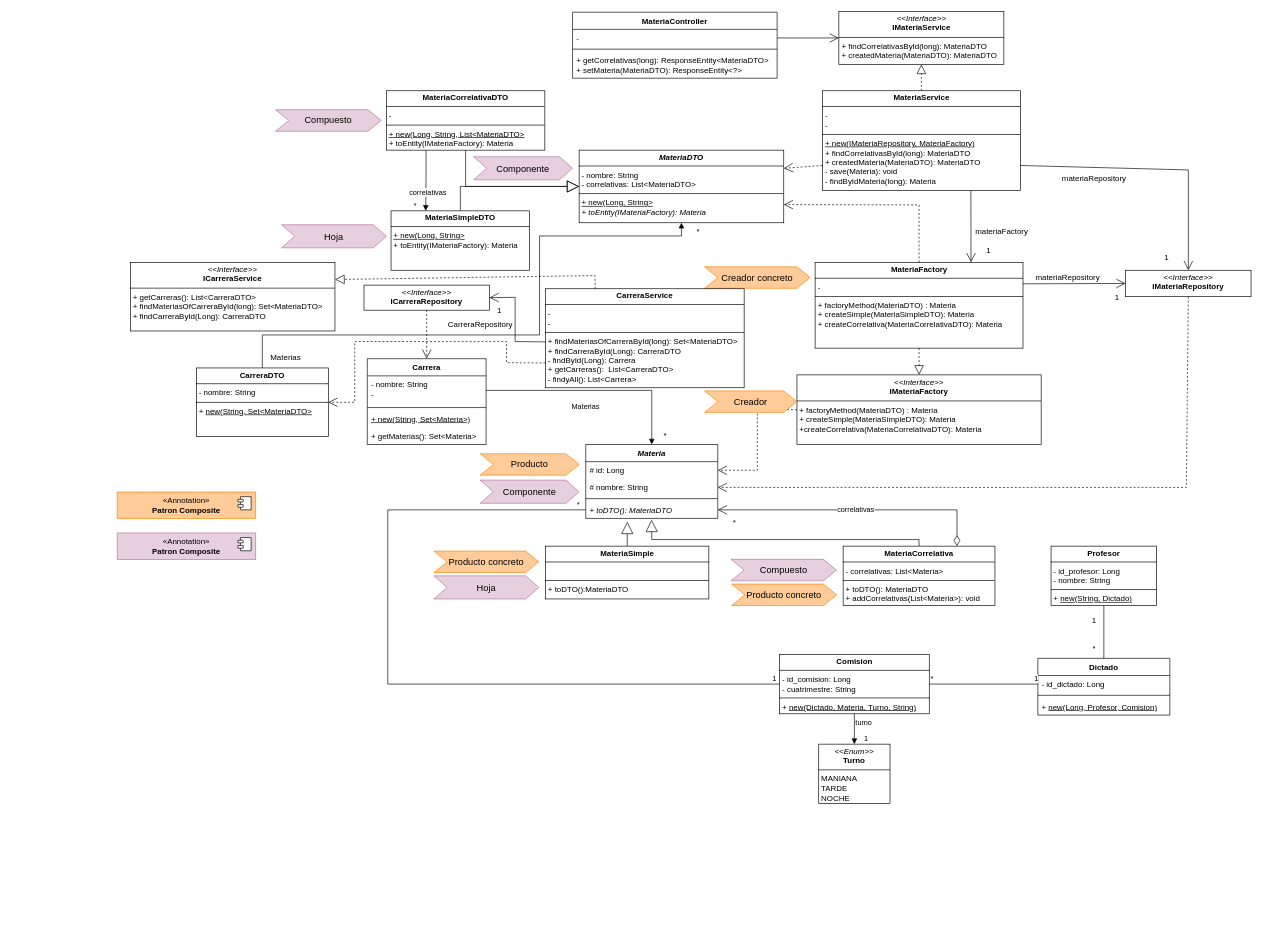
Before: Diagramas/Tempus-MER.drawio in tomasmendoza-unq/Tempus, a draw.io diagram. Source tidied: cells renumbered, new cells numbered last; positions are measured from the earlier drawing's top-left corner, leaving out a move shared by most shapes. Both pictures are drawn from the tidied source at 66%, with x=0, y=0 at pixel (117, 11).
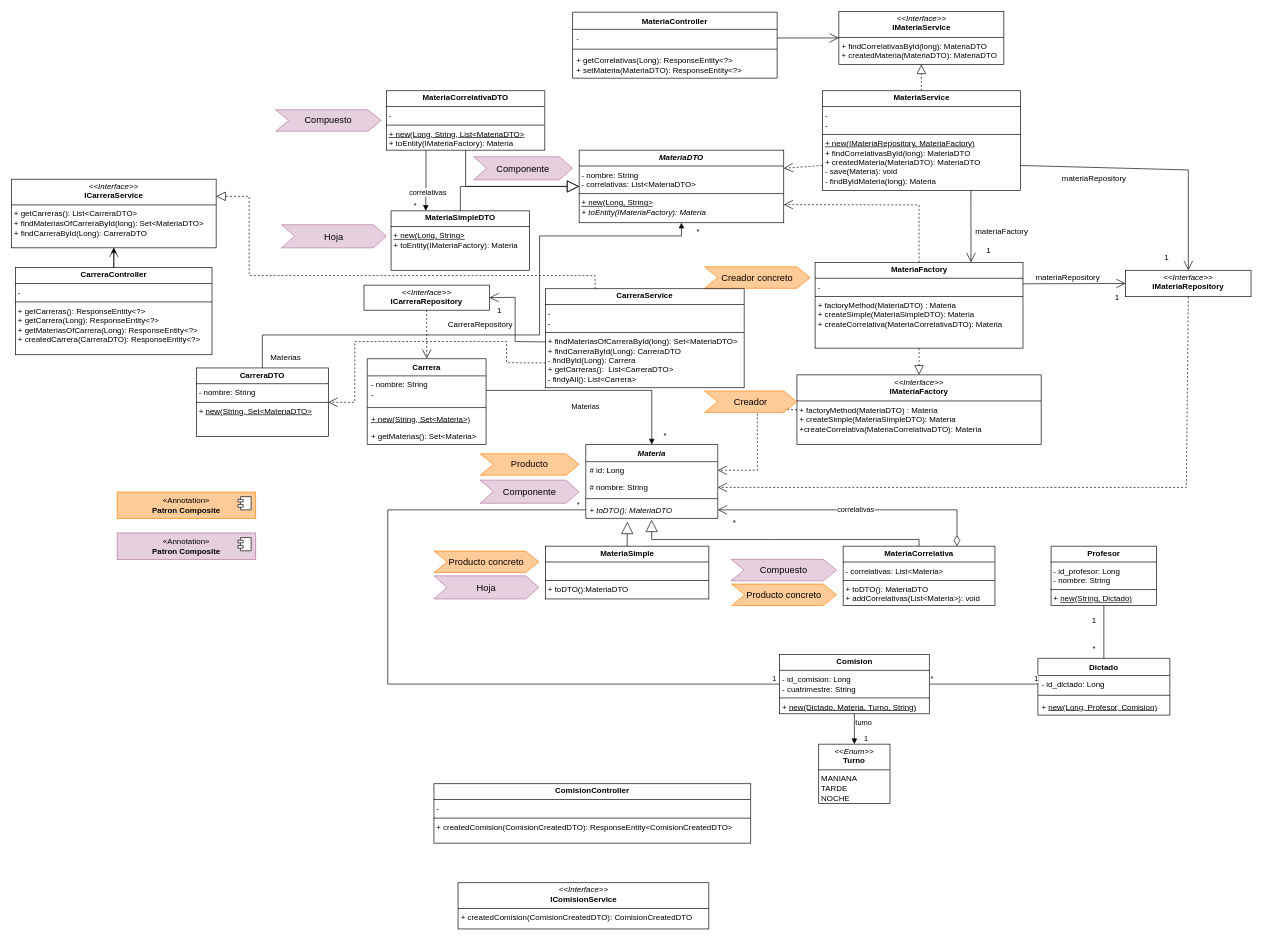
After the change.

Commit message:
Se agrega el controller de carrera.drawio

The change refers to these unchanged cells:
```xml
<mxCell id="51" value="MateriaController" style="swimlane;fontStyle=1;align=center;verticalAlign=top;horizontal=1;startSize=26;whiteSpace=wrap;html=1;" parent="1" vertex="1">
  <mxGeometry x="690" y="1" width="310" height="100" as="geometry" />
</mxCell>
<mxCell id="70" value="&lt;p style=&quot;margin:0px;margin-top:4px;text-align:center;&quot;&gt;&lt;b&gt;CarreraService&lt;/b&gt;&lt;/p&gt;&lt;hr size=&quot;1&quot; style=&quot;border-style:solid;&quot;&gt;&lt;p style=&quot;margin:0px;margin-left:4px;&quot;&gt;-&lt;/p&gt;&lt;p style=&quot;margin:0px;margin-left:4px;&quot;&gt;-&lt;/p&gt;&lt;hr size=&quot;1&quot; style=&quot;border-style:solid;&quot;&gt;&lt;p style=&quot;margin:0px;margin-left:4px;&quot;&gt;+ findMateriasOfCarreraById(long):&amp;nbsp;&lt;span style=&quot;background-color: transparent; color: light-dark(rgb(0, 0, 0), rgb(255, 255, 255));&quot;&gt;Set&amp;lt;MateriaDTO&amp;gt;&lt;/span&gt;&lt;/p&gt;&lt;p style=&quot;margin:0px;margin-left:4px;&quot;&gt;+ findCarreraById(Long):&amp;nbsp;CarreraDTO&lt;/p&gt;&lt;p style=&quot;margin:0px;margin-left:4px;&quot;&gt;- findById(Long):&amp;nbsp;&lt;span style=&quot;background-color: transparent; color: light-dark(rgb(0, 0, 0), rgb(255, 255, 255));&quot;&gt;Carrera&lt;/span&gt;&lt;span style=&quot;background-color: transparent; color: light-dark(rgb(0, 0, 0), rgb(255, 255, 255));&quot;&gt;&amp;nbsp;&lt;/span&gt;&lt;/p&gt;&lt;p style=&quot;margin:0px;margin-left:4px;&quot;&gt;+ getCarreras():&amp;nbsp;&lt;span style=&quot;background-color: transparent; color: light-dark(rgb(0, 0, 0), rgb(255, 255, 255));&quot;&gt;&amp;nbsp;List&amp;lt;CarreraDTO&amp;gt;&lt;/span&gt;&lt;/p&gt;&lt;p style=&quot;margin:0px;margin-left:4px;&quot;&gt;&lt;span style=&quot;background-color: transparent;&quot;&gt;- findyAll():&amp;nbsp;&lt;/span&gt;&lt;span style=&quot;background-color: transparent; color: light-dark(rgb(0, 0, 0), rgb(255, 255, 255));&quot;&gt;List&amp;lt;Carrera&amp;gt;&lt;/span&gt;&lt;/p&gt;&lt;p style=&quot;margin:0px;margin-left:4px;&quot;&gt;&lt;span style=&quot;background-color: transparent; color: light-dark(rgb(0, 0, 0), rgb(255, 255, 255));&quot;&gt;&lt;br&gt;&lt;/span&gt;&lt;/p&gt;" style="verticalAlign=top;align=left;overflow=fill;html=1;whiteSpace=wrap;" parent="1" vertex="1">
  <mxGeometry x="649" y="420" width="301" height="150" as="geometry" />
</mxCell>
```

Diff of the diagram source:
```diff
@@
-    <mxCell id="54" value="+ getCorrelativas(long): ResponseEntity&amp;lt;MateriaDTO&amp;gt;&lt;div&gt;+ setMateria(MateriaDTO):&amp;nbsp;&lt;span style=&quot;background-color: transparent; color: light-dark(rgb(0, 0, 0), rgb(255, 255, 255));&quot;&gt;ResponseEntity&amp;lt;?&amp;gt;&lt;/span&gt;&lt;/div&gt;" style="text;strokeColor=none;fillColor=none;align=left;verticalAlign=top;spacingLeft=4;spacingRight=4;overflow=hidden;whiteSpace=wrap;html=1;" parent="51" vertex="1">
+    <mxCell id="54" value="+ getCorrelativas(Long): ResponseEntity&amp;lt;?&amp;gt;&lt;div&gt;+ setMateria(MateriaDTO):&amp;nbsp;&lt;span style=&quot;background-color: transparent; color: light-dark(rgb(0, 0, 0), rgb(255, 255, 255));&quot;&gt;ResponseEntity&amp;lt;?&amp;gt;&lt;/span&gt;&lt;/div&gt;" style="text;strokeColor=none;fillColor=none;align=left;verticalAlign=top;spacingLeft=4;spacingRight=4;overflow=hidden;whiteSpace=wrap;html=1;" parent="51" vertex="1">
       <mxGeometry y="60" width="310" height="40" as="geometry" />
     </mxCell>
@@
     <mxCell id="72" value="&lt;p style=&quot;margin:0px;margin-top:4px;text-align:center;&quot;&gt;&lt;i&gt;&amp;lt;&amp;lt;Interface&amp;gt;&amp;gt;&lt;/i&gt;&lt;br&gt;&lt;b&gt;ICarreraService&lt;/b&gt;&lt;/p&gt;&lt;hr size=&quot;1&quot; style=&quot;border-style:solid;&quot;&gt;&lt;p style=&quot;margin:0px;margin-left:4px;&quot;&gt;+ getCarreras():&amp;nbsp;&lt;span style=&quot;color: light-dark(rgb(0, 0, 0), rgb(255, 255, 255)); background-color: transparent;&quot;&gt;List&amp;lt;CarreraDTO&amp;gt;&lt;/span&gt;&lt;/p&gt;&lt;p style=&quot;margin: 0px 0px 0px 4px;&quot;&gt;+ findMateriasOfCarreraById(long):&amp;nbsp;&lt;span style=&quot;background-color: transparent; color: light-dark(rgb(0, 0, 0), rgb(255, 255, 255));&quot;&gt;Set&amp;lt;MateriaDTO&amp;gt;&lt;/span&gt;&lt;/p&gt;&lt;p style=&quot;margin: 0px 0px 0px 4px;&quot;&gt;+ findCarreraById(Long):&amp;nbsp;CarreraDTO&lt;/p&gt;" style="verticalAlign=top;align=left;overflow=fill;html=1;whiteSpace=wrap;" parent="1" vertex="1">
-      <mxGeometry x="20" y="380" width="310" height="104" as="geometry" />
+      <mxGeometry x="-160" y="254" width="310" height="104" as="geometry" />
     </mxCell>
     <mxCell id="73" style="endArrow=block;dashed=1;endFill=0;endSize=12;html=1;rounded=0;exitX=0.25;exitY=0;exitDx=0;exitDy=0;entryX=1;entryY=0.25;entryDx=0;entryDy=0;" parent="1" edge="1" source="70" target="72">
       <mxGeometry relative="1" as="geometry">
         <Array as="points">
           <mxPoint x="724" y="400" />
+          <mxPoint x="200" y="400" />
+          <mxPoint x="200" y="280" />
         </Array>
       </mxGeometry>
     </mxCell>
@@
+    <mxCell id="98" value="&lt;p style=&quot;margin:0px;margin-top:4px;text-align:center;&quot;&gt;&lt;b&gt;ComisionController&lt;/b&gt;&lt;/p&gt;&lt;hr size=&quot;1&quot; style=&quot;border-style:solid;&quot;&gt;&lt;p style=&quot;margin:0px;margin-left:4px;&quot;&gt;-&amp;nbsp;&lt;/p&gt;&lt;hr size=&quot;1&quot; style=&quot;border-style:solid;&quot;&gt;&lt;p style=&quot;margin:0px;margin-left:4px;&quot;&gt;+ createdComision(ComisionCreatedDTO):&amp;nbsp;&lt;span style=&quot;background-color: transparent; color: light-dark(rgb(0, 0, 0), rgb(255, 255, 255));&quot;&gt;ResponseEntity&amp;lt;ComisionCreatedDTO&amp;gt;&lt;/span&gt;&lt;/p&gt;" style="verticalAlign=top;align=left;overflow=fill;html=1;whiteSpace=wrap;" parent="1" vertex="1">
+      <mxGeometry x="480" y="1170" width="480" height="90" as="geometry" />
+    </mxCell>
+    <mxCell id="99" value="&lt;p style=&quot;margin:0px;margin-top:4px;text-align:center;&quot;&gt;&lt;i&gt;&amp;lt;&amp;lt;Interface&amp;gt;&amp;gt;&lt;/i&gt;&lt;br&gt;&lt;b&gt;IComisionService&lt;/b&gt;&lt;/p&gt;&lt;hr size=&quot;1&quot; style=&quot;border-style:solid;&quot;&gt;&lt;p style=&quot;margin:0px;margin-left:4px;&quot;&gt;+ createdComision(ComisionCreatedDTO):&amp;nbsp;&lt;span style=&quot;background-color: transparent; color: light-dark(rgb(0, 0, 0), rgb(255, 255, 255));&quot;&gt;ComisionCreatedDTO&lt;/span&gt;&lt;span style=&quot;background-color: transparent; color: light-dark(rgb(0, 0, 0), rgb(255, 255, 255));&quot;&gt;&amp;nbsp;&lt;/span&gt;&lt;br&gt;&lt;/p&gt;" style="verticalAlign=top;align=left;overflow=fill;html=1;whiteSpace=wrap;" parent="1" vertex="1">
+      <mxGeometry x="516.5" y="1320" width="380" height="70" as="geometry" />
+    </mxCell>
+    <mxCell id="100" style="edgeStyle=orthogonalEdgeStyle;rounded=0;jettySize=auto;html=1;" parent="1" edge="1" source="101" target="72">
+      <mxGeometry relative="1" as="geometry" />
+    </mxCell>
+    <mxCell id="101" value="&lt;p style=&quot;margin:0px;margin-top:4px;text-align:center;&quot;&gt;&lt;b&gt;CarreraController&lt;/b&gt;&lt;/p&gt;&lt;hr size=&quot;1&quot; style=&quot;border-style:solid;&quot;&gt;&lt;p style=&quot;margin:0px;margin-left:4px;&quot;&gt;-&amp;nbsp;&lt;/p&gt;&lt;hr size=&quot;1&quot; style=&quot;border-style:solid;&quot;&gt;&lt;p style=&quot;margin:0px;margin-left:4px;&quot;&gt;+ getCarreras():&amp;nbsp;&lt;span style=&quot;background-color: transparent; color: light-dark(rgb(0, 0, 0), rgb(255, 255, 255));&quot;&gt;ResponseEntity&amp;lt;?&amp;gt;&lt;/span&gt;&lt;/p&gt;&lt;p style=&quot;margin:0px;margin-left:4px;&quot;&gt;&lt;span style=&quot;background-color: transparent;&quot;&gt;+ getCarrera(Long):&amp;nbsp;&lt;/span&gt;&lt;span style=&quot;background-color: transparent; color: light-dark(rgb(0, 0, 0), rgb(255, 255, 255));&quot;&gt;ResponseEntity&amp;lt;?&amp;gt;&lt;/span&gt;&lt;/p&gt;&lt;p style=&quot;margin:0px;margin-left:4px;&quot;&gt;&lt;span style=&quot;background-color: transparent; color: light-dark(rgb(0, 0, 0), rgb(255, 255, 255));&quot;&gt;+&amp;nbsp;&lt;/span&gt;&lt;span style=&quot;background-color: transparent; color: light-dark(rgb(0, 0, 0), rgb(255, 255, 255));&quot;&gt;getMateriasOfCarrera(Long):&amp;nbsp;&lt;/span&gt;&lt;span style=&quot;background-color: transparent; color: light-dark(rgb(0, 0, 0), rgb(255, 255, 255));&quot;&gt;ResponseEntity&amp;lt;?&amp;gt;&amp;nbsp;&lt;/span&gt;&lt;/p&gt;&lt;p style=&quot;margin:0px;margin-left:4px;&quot;&gt;&lt;span style=&quot;background-color: transparent; color: light-dark(rgb(0, 0, 0), rgb(255, 255, 255));&quot;&gt;+&amp;nbsp;&lt;/span&gt;&lt;span style=&quot;background-color: transparent;&quot;&gt;createdCarrera(CarreraDTO):&amp;nbsp;&lt;/span&gt;&lt;span style=&quot;background-color: transparent;&quot;&gt;ResponseEntity&amp;lt;?&amp;gt;&lt;/span&gt;&lt;/p&gt;" style="verticalAlign=top;align=left;overflow=fill;html=1;whiteSpace=wrap;" parent="1" vertex="1">
+      <mxGeometry x="-153.8" y="388" width="297.5" height="132" as="geometry" />
+    </mxCell>
+    <mxCell id="102" style="endArrow=open;endFill=1;endSize=12;html=1;rounded=0;exitX=0.5;exitY=0;exitDx=0;exitDy=0;entryX=0.5;entryY=1;entryDx=0;entryDy=0;" parent="1" edge="1" source="101" target="72">
+      <mxGeometry relative="1" as="geometry" />
+    </mxCell>
```
